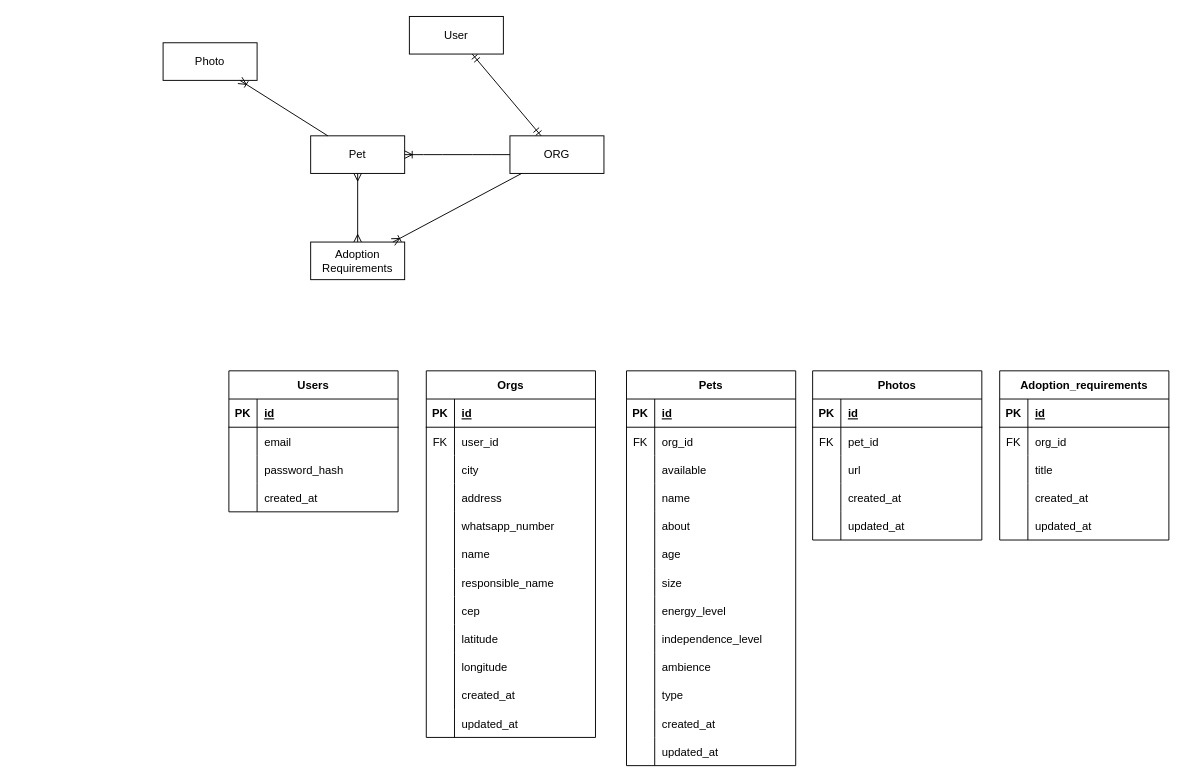
HalexV/find-a-friend-api keeps this draw.io diagram as blueprint.drawio. Above is the earlier version. Source tidied: cells renumbered, new cells numbered last; positions are measured from the earlier drawing's top-left corner, leaving out a move shared by most shapes. Both pictures are drawn from the tidied source at 94%, with x=0, y=0 at pixel (163, 16).
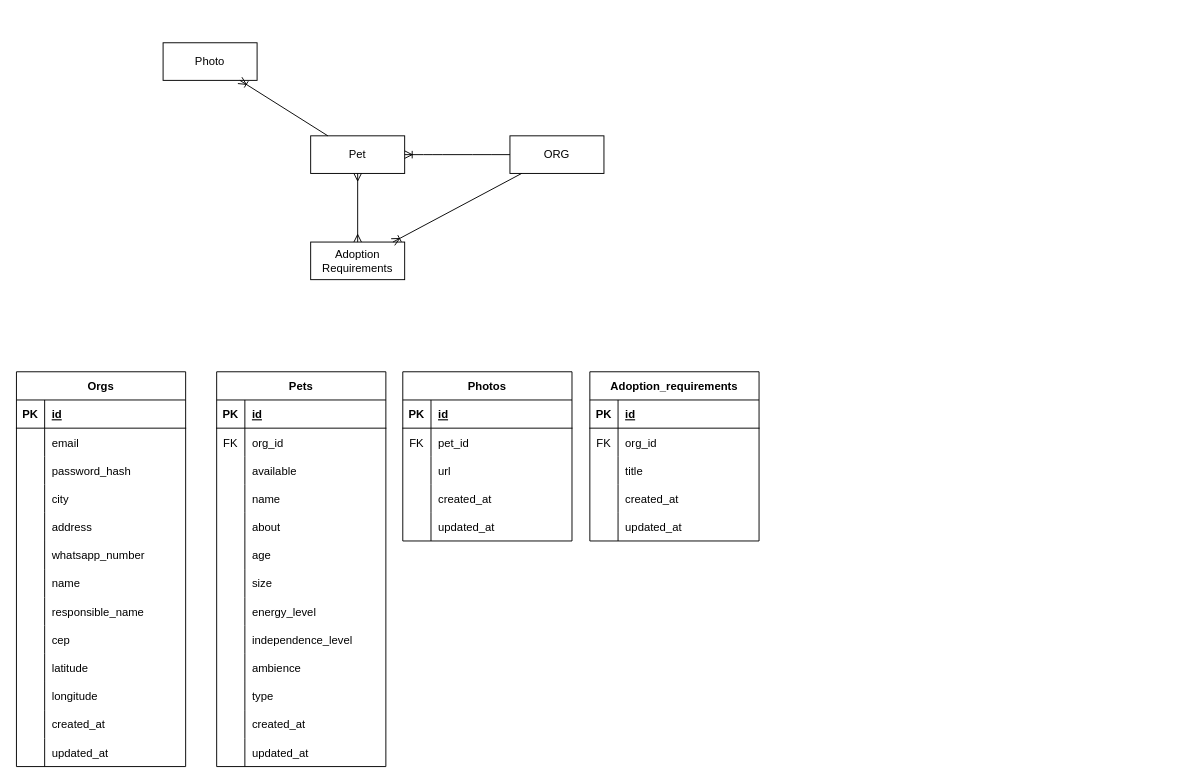
The same diagram, later.

Commit message:
chore: merge user into org on graph

Unchanged cells that the change refers to:
```xml
<mxCell id="3" value="ORG" style="whiteSpace=wrap;html=1;align=center;" parent="1" vertex="1">
  <mxGeometry x="369" y="127" width="100" height="40" as="geometry" />
</mxCell>
```

The edit, as a diff of the source:
```diff
@@
-    <mxCell id="4" value="User" style="whiteSpace=wrap;html=1;align=center;" parent="1" vertex="1">
-      <mxGeometry x="262" width="100" height="40" as="geometry" />
-    </mxCell>
@@
-    <mxCell id="6" style="fontSize=12;html=1;endArrow=ERmandOne;startArrow=ERmandOne;elbow=vertical;" parent="1" edge="1" source="4" target="3">
-      <mxGeometry relative="1" as="geometry" />
-    </mxCell>
-    <mxCell id="7" value="Users" style="shape=table;startSize=30;childLayout=tableLayout;rowLines=0;fontStyle=1;align=center;" parent="1" vertex="1">
-      <mxGeometry x="70" y="377" width="180" height="150" as="geometry" />
-    </mxCell>
-    <mxCell id="8" style="shape=tableRow;horizontal=0;startSize=0;swimlaneHead=0;swimlaneBody=0;fillColor=none;top=0;left=0;right=0;bottom=1;" parent="7" vertex="1">
-      <mxGeometry y="30" width="180" height="30" as="geometry" />
-    </mxCell>
-    <mxCell id="9" value="PK" style="shape=partialRectangle;fillColor=none;top=0;left=0;bottom=0;right=0;fontStyle=1;overflow=hidden;" parent="8" vertex="1">
-      <mxGeometry width="30" height="30" as="geometry" />
-    </mxCell>
-    <mxCell id="10" value="id" style="shape=partialRectangle;fillColor=none;top=0;left=0;bottom=0;right=0;align=left;spacingLeft=6;fontStyle=5;overflow=hidden;" parent="8" vertex="1">
-      <mxGeometry x="30" width="150" height="30" as="geometry" />
-    </mxCell>
+    <mxCell id="20" value="Orgs" style="shape=table;startSize=30;childLayout=tableLayout;rowLines=0;fontStyle=1;align=center;" parent="1" vertex="1">
+      <mxGeometry x="-156" y="378" width="180" height="420" as="geometry" />
+    </mxCell>
+    <mxCell id="21" style="shape=tableRow;horizontal=0;startSize=0;swimlaneHead=0;swimlaneBody=0;fillColor=none;top=0;left=0;right=0;bottom=1;" parent="20" vertex="1">
+      <mxGeometry y="30" width="180" height="30" as="geometry" />
+    </mxCell>
+    <mxCell id="22" value="PK" style="shape=partialRectangle;fillColor=none;top=0;left=0;bottom=0;right=0;fontStyle=1;overflow=hidden;" parent="21" vertex="1">
+      <mxGeometry width="30" height="30" as="geometry" />
+    </mxCell>
+    <mxCell id="23" value="id" style="shape=partialRectangle;fillColor=none;top=0;left=0;bottom=0;right=0;align=left;spacingLeft=6;fontStyle=5;overflow=hidden;" parent="21" vertex="1">
+      <mxGeometry x="30" width="150" height="30" as="geometry" />
+    </mxCell>
-    <mxCell id="11" style="shape=tableRow;horizontal=0;startSize=0;swimlaneHead=0;swimlaneBody=0;fillColor=none;top=0;left=0;right=0;bottom=0;" parent="7" vertex="1">
+    <mxCell id="11" style="shape=tableRow;horizontal=0;startSize=0;swimlaneHead=0;swimlaneBody=0;fillColor=none;top=0;left=0;right=0;bottom=0;" parent="20" vertex="1">
       <mxGeometry y="60" width="180" height="30" as="geometry" />
     </mxCell>
@@
-    <mxCell id="14" style="shape=tableRow;horizontal=0;startSize=0;swimlaneHead=0;swimlaneBody=0;fillColor=none;top=0;left=0;right=0;bottom=0;" parent="7" vertex="1">
+    <mxCell id="14" style="shape=tableRow;horizontal=0;startSize=0;swimlaneHead=0;swimlaneBody=0;fillColor=none;top=0;left=0;right=0;bottom=0;" parent="20" vertex="1">
       <mxGeometry y="90" width="180" height="30" as="geometry" />
     </mxCell>
@@
-    <mxCell id="17" style="shape=tableRow;horizontal=0;startSize=0;swimlaneHead=0;swimlaneBody=0;fillColor=none;top=0;left=0;right=0;bottom=0;" parent="7" vertex="1">
-      <mxGeometry y="120" width="180" height="30" as="geometry" />
-    </mxCell>
-    <mxCell id="18" style="shape=partialRectangle;fillColor=none;top=0;left=0;bottom=0;right=0;overflow=hidden;" parent="17" vertex="1">
-      <mxGeometry width="30" height="30" as="geometry" />
-    </mxCell>
-    <mxCell id="19" value="created_at" style="shape=partialRectangle;fillColor=none;top=0;left=0;bottom=0;right=0;align=left;spacingLeft=6;overflow=hidden;" parent="17" vertex="1">
-      <mxGeometry x="30" width="150" height="30" as="geometry" />
-    </mxCell>
-    <mxCell id="20" value="Orgs" style="shape=table;startSize=30;childLayout=tableLayout;rowLines=0;fontStyle=1;align=center;" parent="1" vertex="1">
-      <mxGeometry x="280" y="377" width="180" height="390" as="geometry" />
-    </mxCell>
-    <mxCell id="21" style="shape=tableRow;horizontal=0;startSize=0;swimlaneHead=0;swimlaneBody=0;fillColor=none;top=0;left=0;right=0;bottom=1;" parent="20" vertex="1">
-      <mxGeometry y="30" width="180" height="30" as="geometry" />
-    </mxCell>
-    <mxCell id="22" value="PK" style="shape=partialRectangle;fillColor=none;top=0;left=0;bottom=0;right=0;fontStyle=1;overflow=hidden;" parent="21" vertex="1">
-      <mxGeometry width="30" height="30" as="geometry" />
-    </mxCell>
-    <mxCell id="23" value="id" style="shape=partialRectangle;fillColor=none;top=0;left=0;bottom=0;right=0;align=left;spacingLeft=6;fontStyle=5;overflow=hidden;" parent="21" vertex="1">
-      <mxGeometry x="30" width="150" height="30" as="geometry" />
-    </mxCell>
-    <mxCell id="24" style="shape=tableRow;horizontal=0;startSize=0;swimlaneHead=0;swimlaneBody=0;fillColor=none;top=0;left=0;right=0;bottom=0;" parent="20" vertex="1">
-      <mxGeometry y="60" width="180" height="30" as="geometry" />
-    </mxCell>
-    <mxCell id="25" value="FK" style="shape=partialRectangle;fillColor=none;top=0;left=0;bottom=0;right=0;fontStyle=0;overflow=hidden;" parent="24" vertex="1">
-      <mxGeometry width="30" height="30" as="geometry" />
-    </mxCell>
-    <mxCell id="26" value="user_id" style="shape=partialRectangle;fillColor=none;top=0;left=0;bottom=0;right=0;align=left;spacingLeft=6;fontStyle=0;overflow=hidden;" parent="24" vertex="1">
-      <mxGeometry x="30" width="150" height="30" as="geometry" />
-    </mxCell>
     <mxCell id="27" style="shape=tableRow;horizontal=0;startSize=0;swimlaneHead=0;swimlaneBody=0;fillColor=none;top=0;left=0;right=0;bottom=0;" parent="20" vertex="1">
-      <mxGeometry y="90" width="180" height="30" as="geometry" />
+      <mxGeometry y="120" width="180" height="30" as="geometry" />
     </mxCell>
@@
     <mxCell id="30" style="shape=tableRow;horizontal=0;startSize=0;swimlaneHead=0;swimlaneBody=0;fillColor=none;top=0;left=0;right=0;bottom=0;" parent="20" vertex="1">
-      <mxGeometry y="120" width="180" height="30" as="geometry" />
+      <mxGeometry y="150" width="180" height="30" as="geometry" />
     </mxCell>
@@
     <mxCell id="33" style="shape=tableRow;horizontal=0;startSize=0;swimlaneHead=0;swimlaneBody=0;fillColor=none;top=0;left=0;right=0;bottom=0;" parent="20" vertex="1">
-      <mxGeometry y="150" width="180" height="30" as="geometry" />
+      <mxGeometry y="180" width="180" height="30" as="geometry" />
     </mxCell>
@@
     <mxCell id="36" style="shape=tableRow;horizontal=0;startSize=0;swimlaneHead=0;swimlaneBody=0;fillColor=none;top=0;left=0;right=0;bottom=0;" parent="20" vertex="1">
-      <mxGeometry y="180" width="180" height="30" as="geometry" />
+      <mxGeometry y="210" width="180" height="30" as="geometry" />
     </mxCell>
@@
     <mxCell id="39" style="shape=tableRow;horizontal=0;startSize=0;swimlaneHead=0;swimlaneBody=0;fillColor=none;top=0;left=0;right=0;bottom=0;" parent="20" vertex="1">
-      <mxGeometry y="210" width="180" height="30" as="geometry" />
+      <mxGeometry y="240" width="180" height="30" as="geometry" />
     </mxCell>
@@
     <mxCell id="42" style="shape=tableRow;horizontal=0;startSize=0;swimlaneHead=0;swimlaneBody=0;fillColor=none;top=0;left=0;right=0;bottom=0;" parent="20" vertex="1">
-      <mxGeometry y="240" width="180" height="30" as="geometry" />
+      <mxGeometry y="270" width="180" height="30" as="geometry" />
     </mxCell>
@@
     <mxCell id="45" style="shape=tableRow;horizontal=0;startSize=0;swimlaneHead=0;swimlaneBody=0;fillColor=none;top=0;left=0;right=0;bottom=0;" parent="20" vertex="1">
-      <mxGeometry y="270" width="180" height="30" as="geometry" />
+      <mxGeometry y="300" width="180" height="30" as="geometry" />
     </mxCell>
@@
     <mxCell id="48" style="shape=tableRow;horizontal=0;startSize=0;swimlaneHead=0;swimlaneBody=0;fillColor=none;top=0;left=0;right=0;bottom=0;" parent="20" vertex="1">
-      <mxGeometry y="300" width="180" height="30" as="geometry" />
+      <mxGeometry y="330" width="180" height="30" as="geometry" />
     </mxCell>
@@
     <mxCell id="51" style="shape=tableRow;horizontal=0;startSize=0;swimlaneHead=0;swimlaneBody=0;fillColor=none;top=0;left=0;right=0;bottom=0;" parent="20" vertex="1">
-      <mxGeometry y="330" width="180" height="30" as="geometry" />
+      <mxGeometry y="360" width="180" height="30" as="geometry" />
     </mxCell>
@@
     <mxCell id="54" style="shape=tableRow;horizontal=0;startSize=0;swimlaneHead=0;swimlaneBody=0;fillColor=none;top=0;left=0;right=0;bottom=0;" parent="20" vertex="1">
-      <mxGeometry y="360" width="180" height="30" as="geometry" />
+      <mxGeometry y="390" width="180" height="30" as="geometry" />
     </mxCell>
@@
     <mxCell id="57" value="Pets" style="shape=table;startSize=30;childLayout=tableLayout;rowLines=0;fontStyle=1;align=center;" parent="1" vertex="1">
-      <mxGeometry x="493" y="377" width="180" height="420" as="geometry" />
+      <mxGeometry x="57" y="378" width="180" height="420" as="geometry" />
     </mxCell>
@@
     <mxCell id="101" value="Photos" style="shape=table;startSize=30;childLayout=tableLayout;rowLines=0;fontStyle=1;align=center;" parent="1" vertex="1">
-      <mxGeometry x="691" y="377" width="180" height="180" as="geometry" />
+      <mxGeometry x="255" y="378" width="180" height="180" as="geometry" />
     </mxCell>
@@
     <mxCell id="117" value="Adoption_requirements" style="shape=table;startSize=30;childLayout=tableLayout;rowLines=0;fontStyle=1;align=center;" parent="1" vertex="1">
-      <mxGeometry x="890" y="377" width="180" height="180" as="geometry" />
+      <mxGeometry x="454" y="378" width="180" height="180" as="geometry" />
     </mxCell>
```
